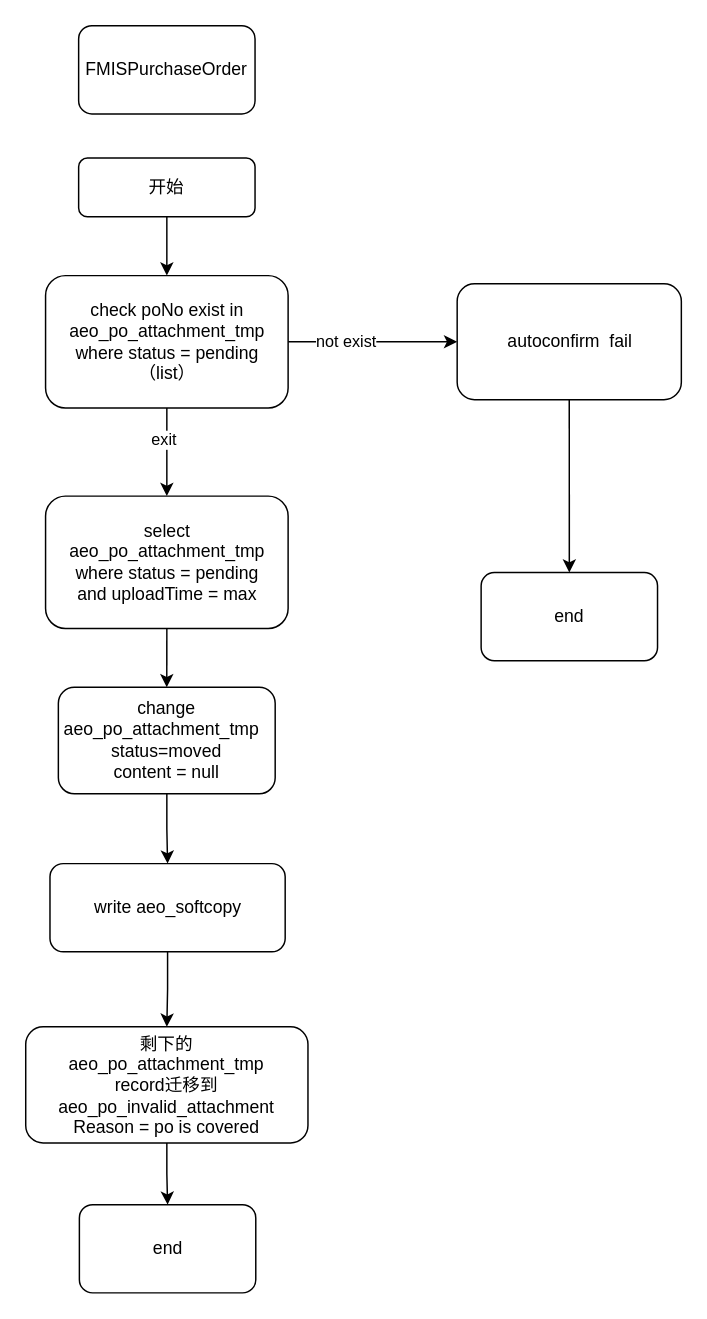
This is FMISPurchaseOrder.drawio from 1119132473/doc, a draw.io file, before an edit. Source tidied: cells renumbered, new cells numbered last; positions are measured from the earlier drawing's top-left corner, leaving out a move shared by most shapes. Both pictures are drawn from the tidied source at 147%, with x=0, y=0 at pixel (25, 25).
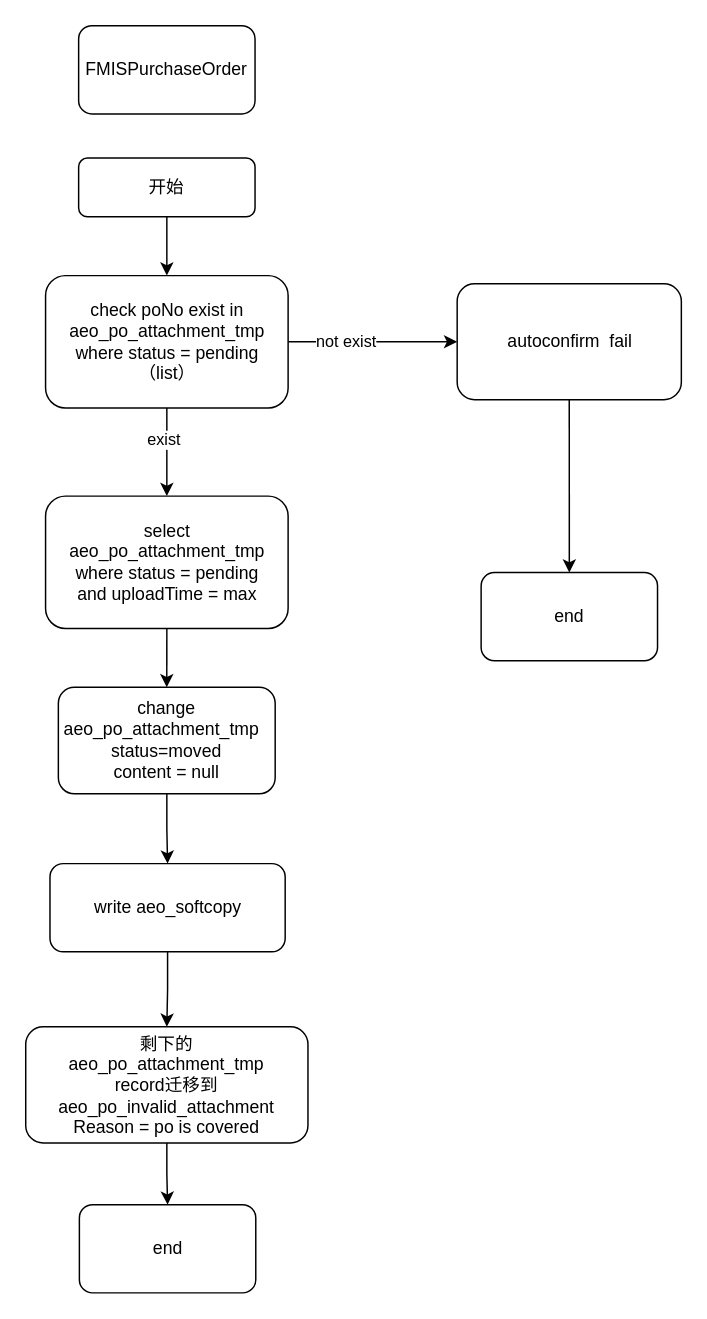
Above is the later version.

Unchanged cells that the change refers to:
```xml
<mxCell id="7" style="edgeStyle=orthogonalEdgeStyle;rounded=0;jettySize=auto;html=1;entryX=0.5;entryY=0;entryDx=0;entryDy=0;" parent="1" edge="1" source="9" target="18">
  <mxGeometry relative="1" as="geometry" />
</mxCell>
```

Diff of the diagram source:
```diff
@@
-    <mxCell id="8" value="exit" style="edgeLabel;html=1;align=center;verticalAlign=middle;" parent="7" vertex="1">
+    <mxCell id="8" value="exist" style="edgeLabel;html=1;align=center;verticalAlign=middle;" parent="7" vertex="1">
       <mxGeometry x="-0.29" y="-2" relative="1" as="geometry">
         <mxPoint x="-1" as="offset" />
       </mxGeometry>
     </mxCell>
```
